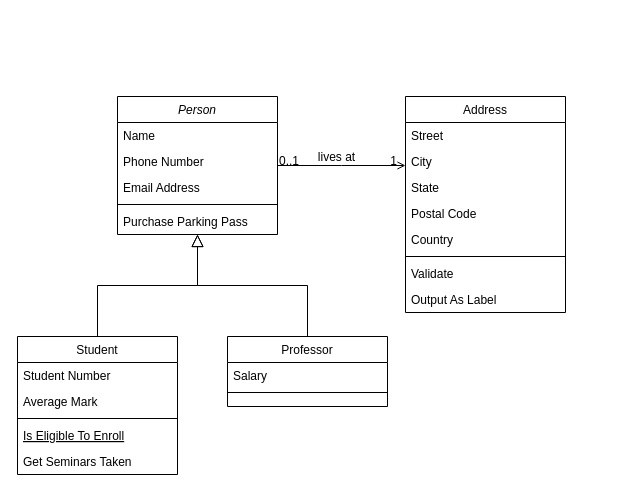
Earlier version of the draw.io diagram ventas.drawio (Shmarte1970/drawIO). Source tidied: cells renumbered, new cells numbered last; positions are measured from the earlier drawing's top-left corner, leaving out a move shared by most shapes. Both pictures are drawn from the tidied source at 100%, with x=0, y=0 at pixel (17, 96).
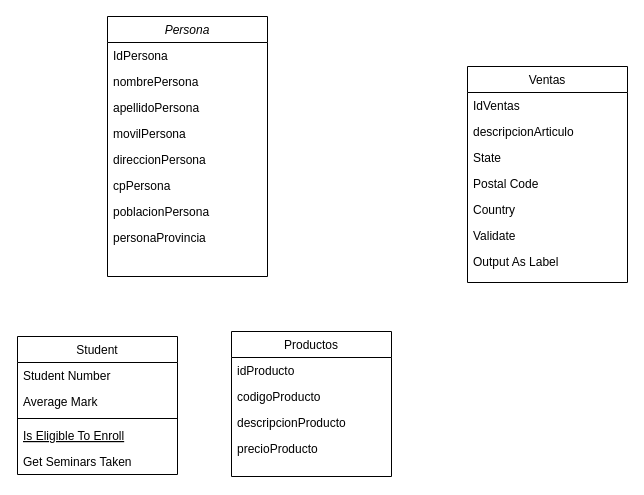
The same diagram, later.

Unchanged cells that the change refers to:
```xml
<mxCell id="8" value="Student" style="swimlane;fontStyle=0;align=center;verticalAlign=top;horizontal=1;startSize=26;rounded=0;shadow=0;strokeWidth=1;" parent="1" vertex="1">
  <mxGeometry y="240" width="160" height="138" as="geometry" />
</mxCell>
```

What changed in the source:
```diff
@@
-    <mxCell id="2" value="Person" style="swimlane;fontStyle=2;align=center;verticalAlign=top;horizontal=1;startSize=26;rounded=0;shadow=0;strokeWidth=1;" parent="1" vertex="1">
-      <mxGeometry x="100" width="160" height="138" as="geometry" />
+    <mxCell id="2" value="Persona" style="swimlane;fontStyle=2;align=center;verticalAlign=top;horizontal=1;startSize=26;rounded=0;shadow=0;strokeWidth=1;" parent="1" vertex="1">
+      <mxGeometry x="90" y="-80" width="160" height="260" as="geometry" />
     </mxCell>
-    <mxCell id="3" value="Name" style="text;align=left;verticalAlign=top;spacingLeft=4;spacingRight=4;overflow=hidden;" parent="2" vertex="1">
+    <mxCell id="3" value="IdPersona" style="text;align=left;verticalAlign=top;spacingLeft=4;spacingRight=4;overflow=hidden;" parent="2" vertex="1">
       <mxGeometry y="26" width="160" height="26" as="geometry" />
     </mxCell>
-    <mxCell id="4" value="Phone Number" style="text;align=left;verticalAlign=top;spacingLeft=4;spacingRight=4;overflow=hidden;rounded=0;shadow=0;html=0;" parent="2" vertex="1">
+    <mxCell id="4" value="nombrePersona" style="text;align=left;verticalAlign=top;spacingLeft=4;spacingRight=4;overflow=hidden;rounded=0;shadow=0;html=0;" parent="2" vertex="1">
       <mxGeometry y="52" width="160" height="26" as="geometry" />
     </mxCell>
-    <mxCell id="5" value="Email Address" style="text;align=left;verticalAlign=top;spacingLeft=4;spacingRight=4;overflow=hidden;rounded=0;shadow=0;html=0;" parent="2" vertex="1">
+    <mxCell id="5" value="apellidoPersona" style="text;align=left;verticalAlign=top;spacingLeft=4;spacingRight=4;overflow=hidden;rounded=0;shadow=0;html=0;" parent="2" vertex="1">
       <mxGeometry y="78" width="160" height="26" as="geometry" />
     </mxCell>
-    <mxCell id="6" style="line;html=1;strokeWidth=1;align=left;verticalAlign=middle;spacingTop=-1;spacingLeft=3;spacingRight=3;labelPosition=right;" parent="2" vertex="1">
-      <mxGeometry y="104" width="160" height="8" as="geometry" />
-    </mxCell>
-    <mxCell id="7" value="Purchase Parking Pass" style="text;align=left;verticalAlign=top;spacingLeft=4;spacingRight=4;overflow=hidden;" parent="2" vertex="1">
-      <mxGeometry y="112" width="160" height="26" as="geometry" />
+    <mxCell id="7" value="movilPersona" style="text;align=left;verticalAlign=top;spacingLeft=4;spacingRight=4;overflow=hidden;" parent="2" vertex="1">
+      <mxGeometry y="104" width="160" height="26" as="geometry" />
     </mxCell>
+    <mxCell id="32" value="direccionPersona" style="text;align=left;verticalAlign=top;spacingLeft=4;spacingRight=4;overflow=hidden;" parent="2" vertex="1">
+      <mxGeometry y="130" width="160" height="26" as="geometry" />
+    </mxCell>
+    <mxCell id="33" value="cpPersona" style="text;align=left;verticalAlign=top;spacingLeft=4;spacingRight=4;overflow=hidden;" parent="2" vertex="1">
+      <mxGeometry y="156" width="160" height="26" as="geometry" />
+    </mxCell>
+    <mxCell id="34" value="poblacionPersona" style="text;align=left;verticalAlign=top;spacingLeft=4;spacingRight=4;overflow=hidden;" parent="2" vertex="1">
+      <mxGeometry y="182" width="160" height="26" as="geometry" />
+    </mxCell>
+    <mxCell id="35" value="personaProvincia" style="text;align=left;verticalAlign=top;spacingLeft=4;spacingRight=4;overflow=hidden;" parent="2" vertex="1">
+      <mxGeometry y="208" width="160" height="26" as="geometry" />
+    </mxCell>
@@
-    <mxCell id="14" style="endArrow=block;endSize=10;endFill=0;shadow=0;strokeWidth=1;rounded=0;edgeStyle=elbowEdgeStyle;elbow=vertical;" parent="1" edge="1" source="8" target="2">
-      <mxGeometry relative="1" as="geometry" />
-    </mxCell>
-    <mxCell id="15" value="Professor" style="swimlane;fontStyle=0;align=center;verticalAlign=top;horizontal=1;startSize=26;rounded=0;shadow=0;strokeWidth=1;" parent="1" vertex="1">
-      <mxGeometry x="210" y="240" width="160" height="70" as="geometry" />
+    <mxCell id="15" value="Productos" style="swimlane;fontStyle=0;align=center;verticalAlign=top;horizontal=1;startSize=26;rounded=0;shadow=0;strokeWidth=1;" parent="1" vertex="1">
+      <mxGeometry x="214" y="235" width="160" height="145" as="geometry" />
     </mxCell>
-    <mxCell id="16" value="Salary" style="text;align=left;verticalAlign=top;spacingLeft=4;spacingRight=4;overflow=hidden;" parent="15" vertex="1">
+    <mxCell id="16" value="idProducto" style="text;align=left;verticalAlign=top;spacingLeft=4;spacingRight=4;overflow=hidden;" parent="15" vertex="1">
       <mxGeometry y="26" width="160" height="26" as="geometry" />
     </mxCell>
-    <mxCell id="17" style="line;html=1;strokeWidth=1;align=left;verticalAlign=middle;spacingTop=-1;spacingLeft=3;spacingRight=3;labelPosition=right;" parent="15" vertex="1">
-      <mxGeometry y="52" width="160" height="8" as="geometry" />
-    </mxCell>
-    <mxCell id="18" style="endArrow=block;endSize=10;endFill=0;shadow=0;strokeWidth=1;rounded=0;edgeStyle=elbowEdgeStyle;elbow=vertical;" parent="1" edge="1" source="15" target="2">
-      <mxGeometry relative="1" as="geometry" />
-    </mxCell>
+    <mxCell id="36" value="codigoProducto" style="text;align=left;verticalAlign=top;spacingLeft=4;spacingRight=4;overflow=hidden;" parent="15" vertex="1">
+      <mxGeometry y="52" width="160" height="26" as="geometry" />
+    </mxCell>
+    <mxCell id="37" value="descripcionProducto" style="text;align=left;verticalAlign=top;spacingLeft=4;spacingRight=4;overflow=hidden;" parent="15" vertex="1">
+      <mxGeometry y="78" width="160" height="26" as="geometry" />
+    </mxCell>
+    <mxCell id="38" value="precioProducto" style="text;align=left;verticalAlign=top;spacingLeft=4;spacingRight=4;overflow=hidden;" parent="15" vertex="1">
+      <mxGeometry y="104" width="160" height="26" as="geometry" />
+    </mxCell>
-    <mxCell id="19" value="Address" style="swimlane;fontStyle=0;align=center;verticalAlign=top;horizontal=1;startSize=26;rounded=0;shadow=0;strokeWidth=1;" parent="1" vertex="1">
-      <mxGeometry x="388" width="160" height="216" as="geometry" />
+    <mxCell id="19" value="Ventas" style="swimlane;fontStyle=0;align=center;verticalAlign=top;horizontal=1;startSize=26;rounded=0;shadow=0;strokeWidth=1;" parent="1" vertex="1">
+      <mxGeometry x="450" y="-30" width="160" height="216" as="geometry" />
     </mxCell>
-    <mxCell id="20" value="Street" style="text;align=left;verticalAlign=top;spacingLeft=4;spacingRight=4;overflow=hidden;" parent="19" vertex="1">
+    <mxCell id="20" value="IdVentas" style="text;align=left;verticalAlign=top;spacingLeft=4;spacingRight=4;overflow=hidden;" parent="19" vertex="1">
       <mxGeometry y="26" width="160" height="26" as="geometry" />
     </mxCell>
-    <mxCell id="21" value="City" style="text;align=left;verticalAlign=top;spacingLeft=4;spacingRight=4;overflow=hidden;rounded=0;shadow=0;html=0;" parent="19" vertex="1">
+    <mxCell id="21" value="descripcionArticulo" style="text;align=left;verticalAlign=top;spacingLeft=4;spacingRight=4;overflow=hidden;rounded=0;shadow=0;html=0;" parent="19" vertex="1">
       <mxGeometry y="52" width="160" height="26" as="geometry" />
     </mxCell>
@@
-    <mxCell id="25" style="line;html=1;strokeWidth=1;align=left;verticalAlign=middle;spacingTop=-1;spacingLeft=3;spacingRight=3;labelPosition=right;" parent="19" vertex="1">
-      <mxGeometry y="156" width="160" height="8" as="geometry" />
-    </mxCell>
     <mxCell id="26" value="Validate" style="text;align=left;verticalAlign=top;spacingLeft=4;spacingRight=4;overflow=hidden;" parent="19" vertex="1">
-      <mxGeometry y="164" width="160" height="26" as="geometry" />
+      <mxGeometry y="156" width="160" height="26" as="geometry" />
     </mxCell>
     <mxCell id="27" value="Output As Label" style="text;align=left;verticalAlign=top;spacingLeft=4;spacingRight=4;overflow=hidden;" parent="19" vertex="1">
-      <mxGeometry y="190" width="160" height="26" as="geometry" />
+      <mxGeometry y="182" width="160" height="26" as="geometry" />
     </mxCell>
-    <mxCell id="28" style="endArrow=open;shadow=0;strokeWidth=1;rounded=0;endFill=1;edgeStyle=elbowEdgeStyle;elbow=vertical;" parent="1" edge="1" source="2" target="19">
-      <mxGeometry x="0.5" y="41" relative="1" as="geometry">
-        <mxPoint x="-40" y="32" as="offset" />
-      </mxGeometry>
-    </mxCell>
-    <mxCell id="29" value="0..1" style="align=left;verticalAlign=bottom;labelBackgroundColor=none;fontSize=12;" parent="28" vertex="1">
-      <mxGeometry x="-1" relative="1" as="geometry">
-        <mxPoint y="4" as="offset" />
-      </mxGeometry>
-    </mxCell>
-    <mxCell id="30" value="1" style="align=right;verticalAlign=bottom;labelBackgroundColor=none;fontSize=12;" parent="28" vertex="1">
-      <mxGeometry x="1" relative="1" as="geometry">
-        <mxPoint x="-7" y="4" as="offset" />
-      </mxGeometry>
-    </mxCell>
-    <mxCell id="31" value="lives at" style="text;html=1;align=center;verticalAlign=middle;labelBackgroundColor=none;rounded=0;shadow=0;strokeWidth=1;fontSize=12;" parent="28" vertex="1">
-      <mxGeometry x="0.5" y="49" relative="1" as="geometry">
-        <mxPoint x="-38" y="40" as="offset" />
-      </mxGeometry>
-    </mxCell>
```
